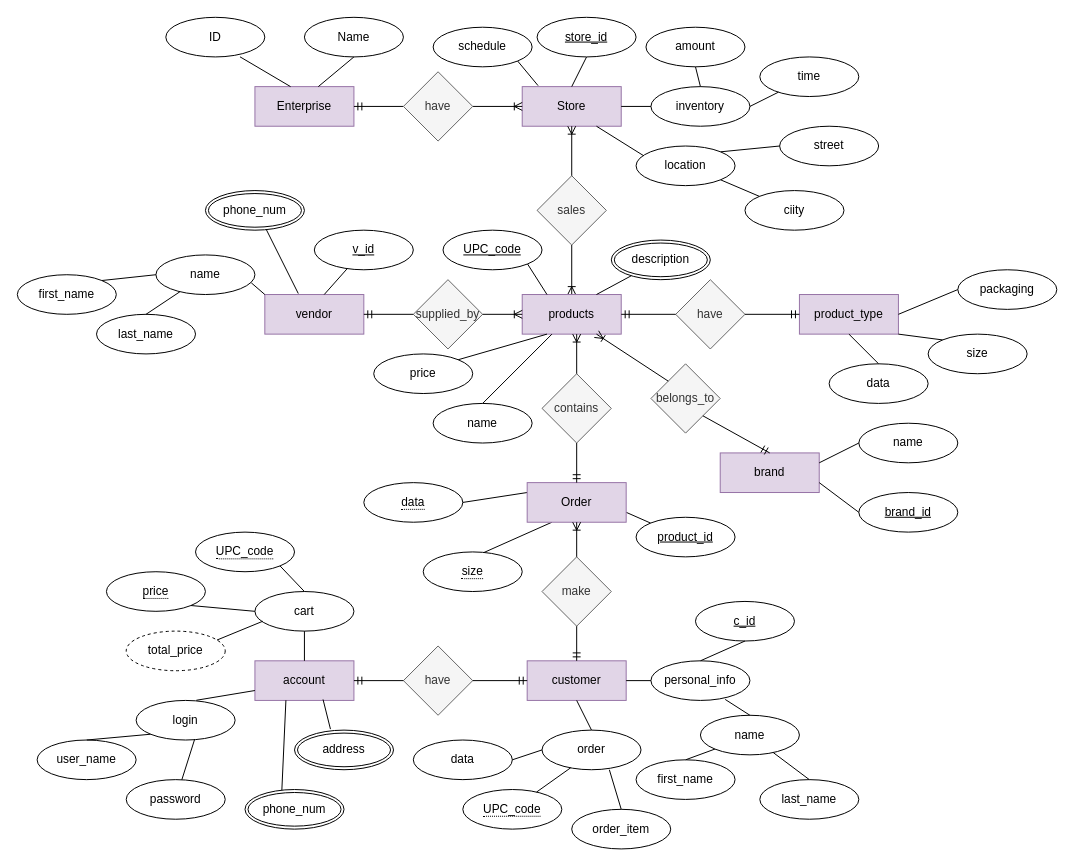
The draw.io diagram Untitled Diagram.drawio in Sayakhatova/DBlab, before the edit. Source tidied: cells renumbered, new cells numbered last; positions are measured from the earlier drawing's top-left corner, leaving out a move shared by most shapes. Both pictures are drawn from the tidied source at 99%, with x=0, y=0 at pixel (17, 17).
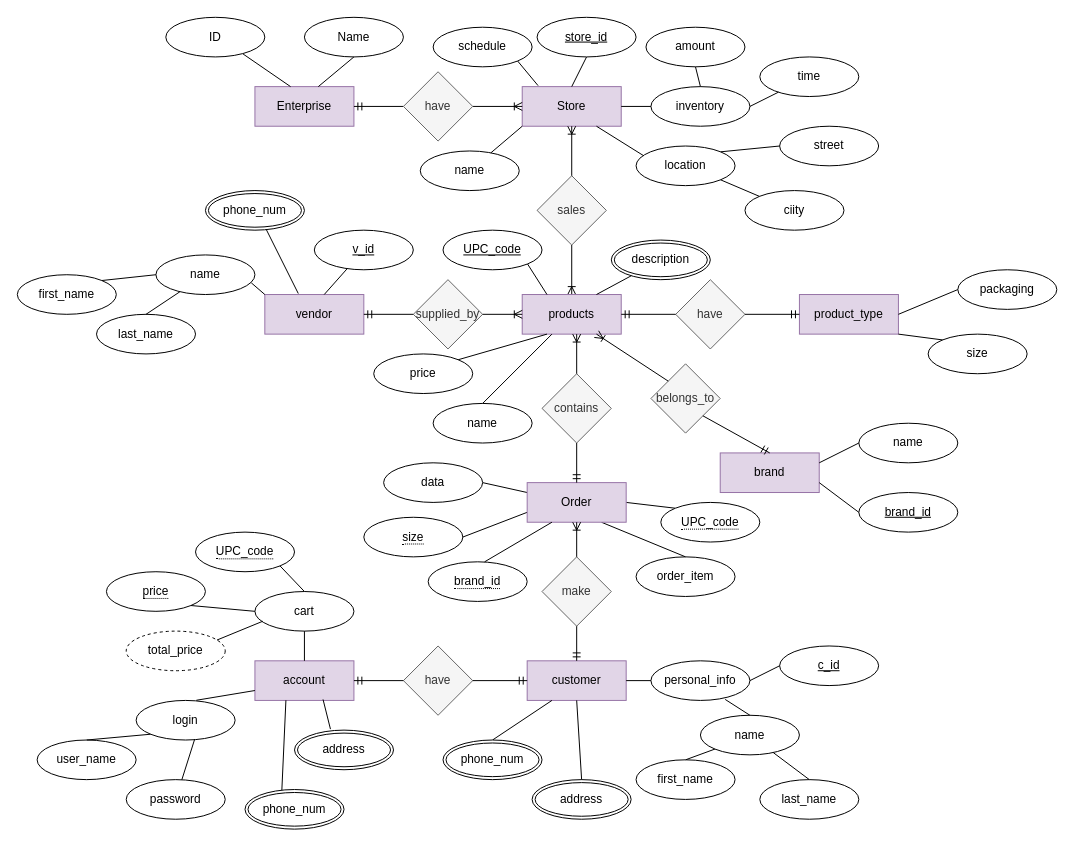
Above is the later version.

Unchanged cells that the change refers to:
```xml
<mxCell id="2" value="Enterprise" style="whiteSpace=wrap;html=1;align=center;rounded=0;sketch=0;fillColor=#e1d5e7;strokeColor=#9673a6;" parent="1" vertex="1">
  <mxGeometry x="240" y="70" width="100" height="40" as="geometry" />
</mxCell>
<mxCell id="6" value="Store" style="whiteSpace=wrap;html=1;align=center;rounded=0;sketch=0;fillColor=#e1d5e7;strokeColor=#9673a6;" parent="1" vertex="1">
  <mxGeometry x="510" y="70" width="100" height="40" as="geometry" />
</mxCell>
<mxCell id="30" value="product_type" style="whiteSpace=wrap;html=1;align=center;rounded=0;sketch=0;fillColor=#e1d5e7;strokeColor=#9673a6;" parent="1" vertex="1">
  <mxGeometry x="790" y="280" width="100" height="40" as="geometry" />
</mxCell>
<mxCell id="34" value="customer" style="whiteSpace=wrap;html=1;align=center;rounded=0;sketch=0;fillColor=#e1d5e7;strokeColor=#9673a6;" parent="1" vertex="1">
  <mxGeometry x="515" y="650" width="100" height="40" as="geometry" />
</mxCell>
<mxCell id="66" value="personal_info" style="ellipse;whiteSpace=wrap;html=1;align=center;rounded=0;sketch=0;" parent="1" vertex="1">
  <mxGeometry x="640" y="650" width="100" height="40" as="geometry" />
</mxCell>
<mxCell id="118" value="Order" style="whiteSpace=wrap;html=1;align=center;fillColor=#e1d5e7;strokeColor=#9673a6;" parent="1" vertex="1">
  <mxGeometry x="515" y="470" width="100" height="40" as="geometry" />
</mxCell>
<mxCell id="126" value="ID" style="ellipse;whiteSpace=wrap;html=1;align=center;" parent="1" vertex="1">
  <mxGeometry x="150" width="100" height="40" as="geometry" />
</mxCell>
```

The edit, as a diff of the source:
```diff
@@
-    <mxCell id="5" style="endArrow=none;html=1;rounded=0;sketch=0;curved=0;exitX=0.749;exitY=0.997;exitDx=0;exitDy=0;entryX=0.36;entryY=0;entryDx=0;entryDy=0;entryPerimeter=0;exitPerimeter=0;" parent="1" edge="1" source="126" target="2">
+    <mxCell id="5" style="endArrow=none;html=1;rounded=0;sketch=0;curved=0;exitX=0.78;exitY=0.925;exitDx=0;exitDy=0;entryX=0.36;entryY=0;entryDx=0;entryDy=0;entryPerimeter=0;exitPerimeter=0;" parent="1" edge="1" source="126" target="2">
       <mxGeometry relative="1" as="geometry" />
     </mxCell>
@@
-    <mxCell id="45" value="&lt;span style=&quot;border-bottom: 1px dotted&quot;&gt;data&lt;/span&gt;" style="ellipse;whiteSpace=wrap;html=1;align=center;rounded=0;sketch=0;" parent="1" vertex="1">
-      <mxGeometry x="350" y="470" width="100" height="40" as="geometry" />
-    </mxCell>
@@
-    <mxCell id="47" value="product_id" style="ellipse;whiteSpace=wrap;html=1;align=center;fontStyle=4;rounded=0;sketch=0;" parent="1" vertex="1">
-      <mxGeometry x="625" y="505" width="100" height="40" as="geometry" />
-    </mxCell>
-    <mxCell id="48" style="endArrow=none;html=1;rounded=0;sketch=0;exitX=0;exitY=0.25;exitDx=0;exitDy=0;entryX=1;entryY=0.5;entryDx=0;entryDy=0;" parent="1" edge="1" source="118" target="45">
+    <mxCell id="48" style="endArrow=none;html=1;rounded=0;sketch=0;exitX=0;exitY=0.25;exitDx=0;exitDy=0;entryX=1;entryY=0.5;entryDx=0;entryDy=0;" parent="1" edge="1" source="118" target="119">
       <mxGeometry relative="1" as="geometry" />
     </mxCell>
-    <mxCell id="49" style="endArrow=none;html=1;rounded=0;sketch=0;exitX=0.25;exitY=1;exitDx=0;exitDy=0;entryX=0.603;entryY=0.026;entryDx=0;entryDy=0;entryPerimeter=0;" parent="1" edge="1" source="118" target="51">
+    <mxCell id="49" style="endArrow=none;html=1;rounded=0;sketch=0;exitX=0;exitY=0.75;exitDx=0;exitDy=0;entryX=1;entryY=0.5;entryDx=0;entryDy=0;" parent="1" edge="1" source="118" target="51">
       <mxGeometry relative="1" as="geometry" />
     </mxCell>
-    <mxCell id="50" style="endArrow=none;html=1;rounded=0;sketch=0;entryX=0;entryY=0;entryDx=0;entryDy=0;exitX=1;exitY=0.75;exitDx=0;exitDy=0;" parent="1" edge="1" source="118" target="47">
+    <mxCell id="50" style="endArrow=none;html=1;rounded=0;sketch=0;entryX=0;entryY=0;entryDx=0;entryDy=0;exitX=1;exitY=0.5;exitDx=0;exitDy=0;" parent="1" edge="1" source="118" target="78">
       <mxGeometry relative="1" as="geometry" />
     </mxCell>
     <mxCell id="51" value="&lt;span style=&quot;border-bottom: 1px dotted&quot;&gt;size&lt;/span&gt;" style="ellipse;whiteSpace=wrap;html=1;align=center;rounded=0;sketch=0;" parent="1" vertex="1">
-      <mxGeometry x="410" y="540" width="100" height="40" as="geometry" />
+      <mxGeometry x="350" y="505" width="100" height="40" as="geometry" />
     </mxCell>
@@
     <mxCell id="65" value="c_id" style="ellipse;whiteSpace=wrap;html=1;align=center;fontStyle=4;rounded=0;sketch=0;" parent="1" vertex="1">
-      <mxGeometry x="685" y="590" width="100" height="40" as="geometry" />
+      <mxGeometry x="770" y="635" width="100" height="40" as="geometry" />
     </mxCell>
@@
-    <mxCell id="74" style="endArrow=none;html=1;rounded=0;sketch=0;exitX=0.5;exitY=0;exitDx=0;exitDy=0;entryX=0.5;entryY=1;entryDx=0;entryDy=0;" parent="1" edge="1" source="66" target="65">
+    <mxCell id="74" style="endArrow=none;html=1;rounded=0;sketch=0;exitX=1;exitY=0.5;exitDx=0;exitDy=0;entryX=0;entryY=0.5;entryDx=0;entryDy=0;" parent="1" edge="1" source="66" target="65">
       <mxGeometry relative="1" as="geometry" />
     </mxCell>
-    <mxCell id="75" value="order" style="ellipse;whiteSpace=wrap;html=1;align=center;rounded=0;sketch=0;" parent="1" vertex="1">
-      <mxGeometry x="530" y="720" width="100" height="40" as="geometry" />
-    </mxCell>
-    <mxCell id="76" style="endArrow=none;html=1;rounded=0;sketch=0;exitX=0.5;exitY=0;exitDx=0;exitDy=0;entryX=0.5;entryY=1;entryDx=0;entryDy=0;" parent="1" edge="1" source="75" target="34">
+    <mxCell id="76" style="endArrow=none;html=1;rounded=0;sketch=0;entryX=0.25;entryY=1;entryDx=0;entryDy=0;exitX=0.5;exitY=0;exitDx=0;exitDy=0;" parent="1" edge="1" source="129" target="34">
       <mxGeometry relative="1" as="geometry" />
     </mxCell>
-    <mxCell id="77" value="data" style="ellipse;whiteSpace=wrap;html=1;align=center;rounded=0;sketch=0;" parent="1" vertex="1">
-      <mxGeometry x="400" y="730" width="100" height="40" as="geometry" />
-    </mxCell>
-    <mxCell id="78" value="&lt;span style=&quot;border-bottom: 1px dotted&quot;&gt;UPC_code&lt;/span&gt;" style="ellipse;whiteSpace=wrap;html=1;align=center;rounded=0;sketch=0;" parent="1" vertex="1">
-      <mxGeometry x="450" y="780" width="100" height="40" as="geometry" />
-    </mxCell>
@@
     <mxCell id="80" value="order_item" style="ellipse;whiteSpace=wrap;html=1;align=center;rounded=0;sketch=0;" parent="1" vertex="1">
-      <mxGeometry x="560" y="800" width="100" height="40" as="geometry" />
+      <mxGeometry x="625" y="545" width="100" height="40" as="geometry" />
     </mxCell>
-    <mxCell id="81" style="endArrow=none;html=1;rounded=0;sketch=0;entryX=0;entryY=0.5;entryDx=0;entryDy=0;exitX=1;exitY=0.5;exitDx=0;exitDy=0;" parent="1" edge="1" source="77" target="75">
-      <mxGeometry relative="1" as="geometry" />
-    </mxCell>
-    <mxCell id="82" style="endArrow=none;html=1;rounded=0;sketch=0;entryX=0.29;entryY=0.95;entryDx=0;entryDy=0;entryPerimeter=0;" parent="1" edge="1" source="78" target="75">
-      <mxGeometry relative="1" as="geometry" />
-    </mxCell>
-    <mxCell id="83" style="endArrow=none;html=1;rounded=0;sketch=0;entryX=0.5;entryY=0;entryDx=0;entryDy=0;exitX=0.68;exitY=1;exitDx=0;exitDy=0;exitPerimeter=0;" parent="1" edge="1" source="75" target="80">
+    <mxCell id="83" style="endArrow=none;html=1;rounded=0;sketch=0;entryX=0.5;entryY=0;entryDx=0;entryDy=0;exitX=0.75;exitY=1;exitDx=0;exitDy=0;" parent="1" edge="1" source="118" target="80">
       <mxGeometry relative="1" as="geometry" />
     </mxCell>
@@
-    <mxCell id="119" value="data" style="ellipse;whiteSpace=wrap;html=1;align=center;" parent="1" vertex="1">
-      <mxGeometry x="820" y="350" width="100" height="40" as="geometry" />
-    </mxCell>
-    <mxCell id="120" style="endArrow=none;html=1;rounded=0;sketch=0;exitX=0.5;exitY=1;exitDx=0;exitDy=0;entryX=0.5;entryY=0;entryDx=0;entryDy=0;" parent="1" edge="1" source="30" target="119">
-      <mxGeometry relative="1" as="geometry" />
-    </mxCell>
@@
+    <mxCell id="78" value="&lt;span style=&quot;border-bottom: 1px dotted&quot;&gt;UPC_code&lt;/span&gt;" style="ellipse;whiteSpace=wrap;html=1;align=center;" parent="1" vertex="1">
+      <mxGeometry x="650" y="490" width="100" height="40" as="geometry" />
+    </mxCell>
+    <mxCell id="127" value="name" style="ellipse;whiteSpace=wrap;html=1;align=center;" parent="1" vertex="1">
+      <mxGeometry x="407" y="135" width="100" height="40" as="geometry" />
+    </mxCell>
+    <mxCell id="128" style="endArrow=none;html=1;rounded=0;sketch=0;entryX=0;entryY=1;entryDx=0;entryDy=0;" parent="1" edge="1" source="127" target="6">
+      <mxGeometry relative="1" as="geometry" />
+    </mxCell>
+    <mxCell id="129" value="phone_num" style="ellipse;shape=doubleEllipse;margin=3;whiteSpace=wrap;html=1;align=center;" parent="1" vertex="1">
+      <mxGeometry x="430" y="730" width="100" height="40" as="geometry" />
+    </mxCell>
+    <mxCell id="130" value="address" style="ellipse;shape=doubleEllipse;margin=3;whiteSpace=wrap;html=1;align=center;" parent="1" vertex="1">
+      <mxGeometry x="520" y="770" width="100" height="40" as="geometry" />
+    </mxCell>
+    <mxCell id="131" style="endArrow=none;html=1;rounded=0;sketch=0;entryX=0.5;entryY=1;entryDx=0;entryDy=0;exitX=0.5;exitY=0;exitDx=0;exitDy=0;" parent="1" edge="1" source="130" target="34">
+      <mxGeometry relative="1" as="geometry" />
+    </mxCell>
+    <mxCell id="119" value="data" style="ellipse;whiteSpace=wrap;html=1;align=center;" parent="1" vertex="1">
+      <mxGeometry x="370" y="450" width="100" height="40" as="geometry" />
+    </mxCell>
+    <mxCell id="132" value="&lt;span style=&quot;border-bottom: 1px dotted&quot;&gt;brand_id&lt;/span&gt;" style="ellipse;whiteSpace=wrap;html=1;align=center;" parent="1" vertex="1">
+      <mxGeometry x="415" y="550" width="100" height="40" as="geometry" />
+    </mxCell>
+    <mxCell id="133" style="endArrow=none;html=1;rounded=0;sketch=0;exitX=0.25;exitY=1;exitDx=0;exitDy=0;entryX=0.57;entryY=0;entryDx=0;entryDy=0;entryPerimeter=0;" parent="1" edge="1" source="118" target="132">
+      <mxGeometry relative="1" as="geometry" />
+    </mxCell>
```
